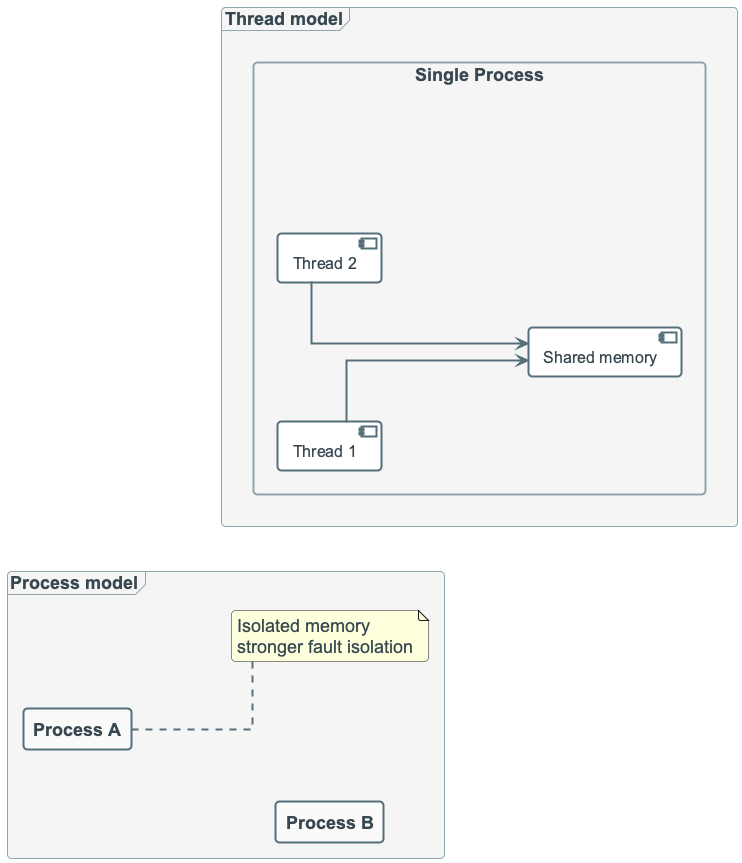
Earlier version of the PlantUML export diagrams/week03/week3_process_thread_architecture.png (OrPerets/data-engineering-course). The source it was exported from:
```plantuml
@startuml
!include ../_template_styles.puml

left to right direction

frame "Process model" {
  rectangle "Process A" as P1
  rectangle "Process B" as P2
  P1 -[hidden]down- P2
  note right of P1
  Isolated memory
  stronger fault isolation
  end note
}

frame "Thread model" {
  rectangle "Single Process" as PR {
    component "Thread 1" as T1
    component "Thread 2" as T2
    component "Shared memory" as TM
    T1 --> TM
    T2 --> TM
  }
}

P2 -[hidden]right- PR

@enduml
```
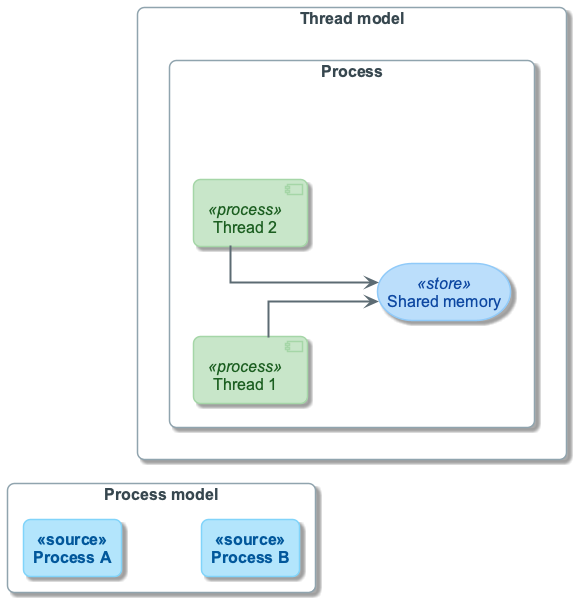
Above is the later version.

What changed in the source:
```diff
@@ -1,25 +1,24 @@
 @startuml
 !include ../_template_styles.puml
+!include _week3_visual_style.puml
 
 left to right direction
+skinparam nodesep 90
+skinparam ranksep 70
 
-frame "Process model" {
-  rectangle "Process A" as P1
-  rectangle "Process B" as P2
+rectangle "Process model" as PROC {
+  rectangle "Process A" as P1 <<source>>
+  rectangle "Process B" as P2 <<source>>
   P1 -[hidden]down- P2
-  note right of P1
-  Isolated memory
-  stronger fault isolation
-  end note
 }
 
-frame "Thread model" {
-  rectangle "Single Process" as PR {
-    component "Thread 1" as T1
-    component "Thread 2" as T2
-    component "Shared memory" as TM
-    T1 --> TM
-    T2 --> TM
+rectangle "Thread model" as THR {
+  rectangle "Process" as PR {
+    component "Thread 1" as T1 <<process>>
+    component "Thread 2" as T2 <<process>>
+    storage "Shared memory" as TM <<store>>
+    T1 -down-> TM
+    T2 -down-> TM
   }
 }
 
```
